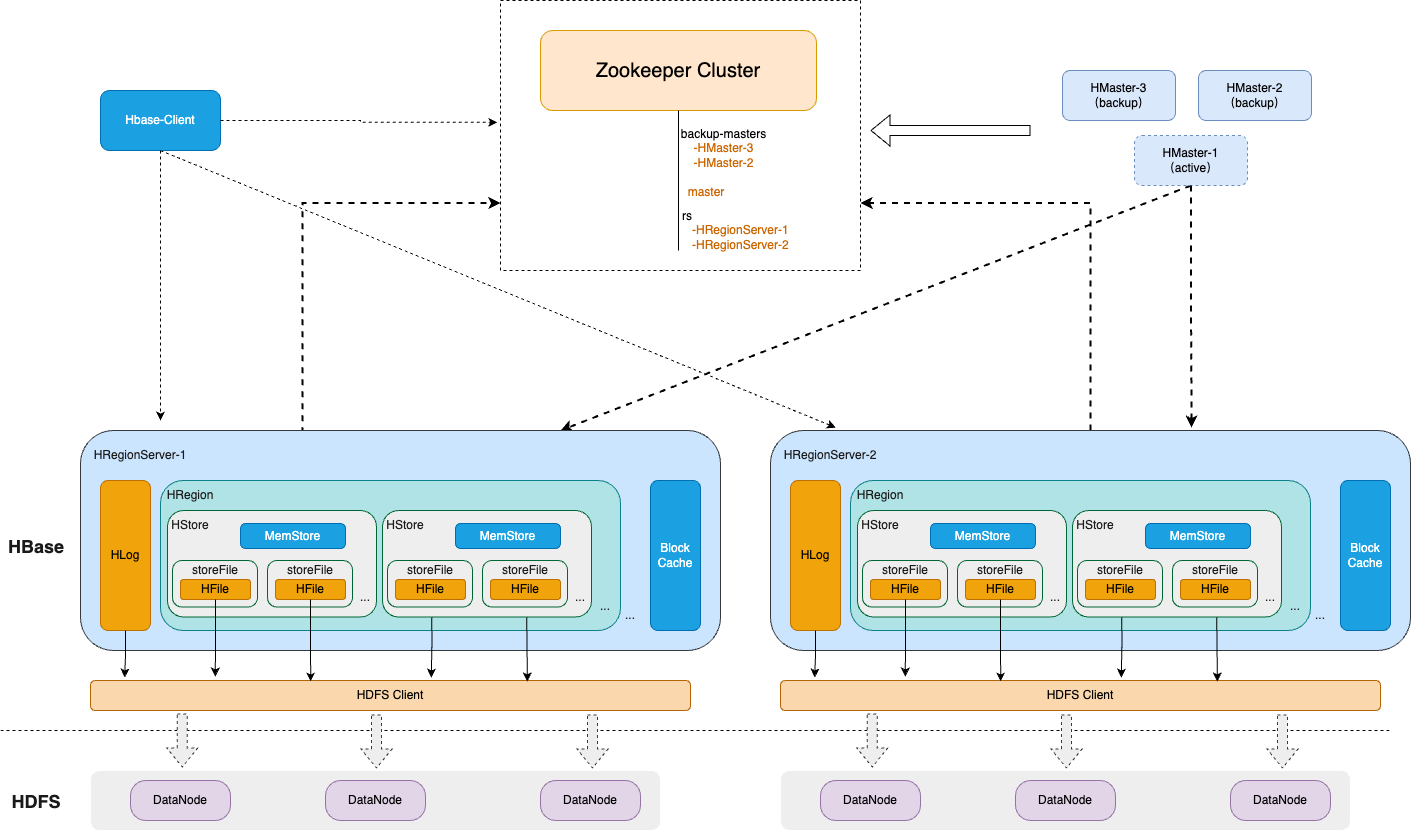
GuanN1ng/diagrams keeps this draw.io diagram as com.guann1n9.diagrams/hbase/hbase_arc.png. Above is the earlier version. Source tidied: cells renumbered, new cells last; positions are measured from the earlier drawing's top-left corner, leaving out a move shared by most shapes.
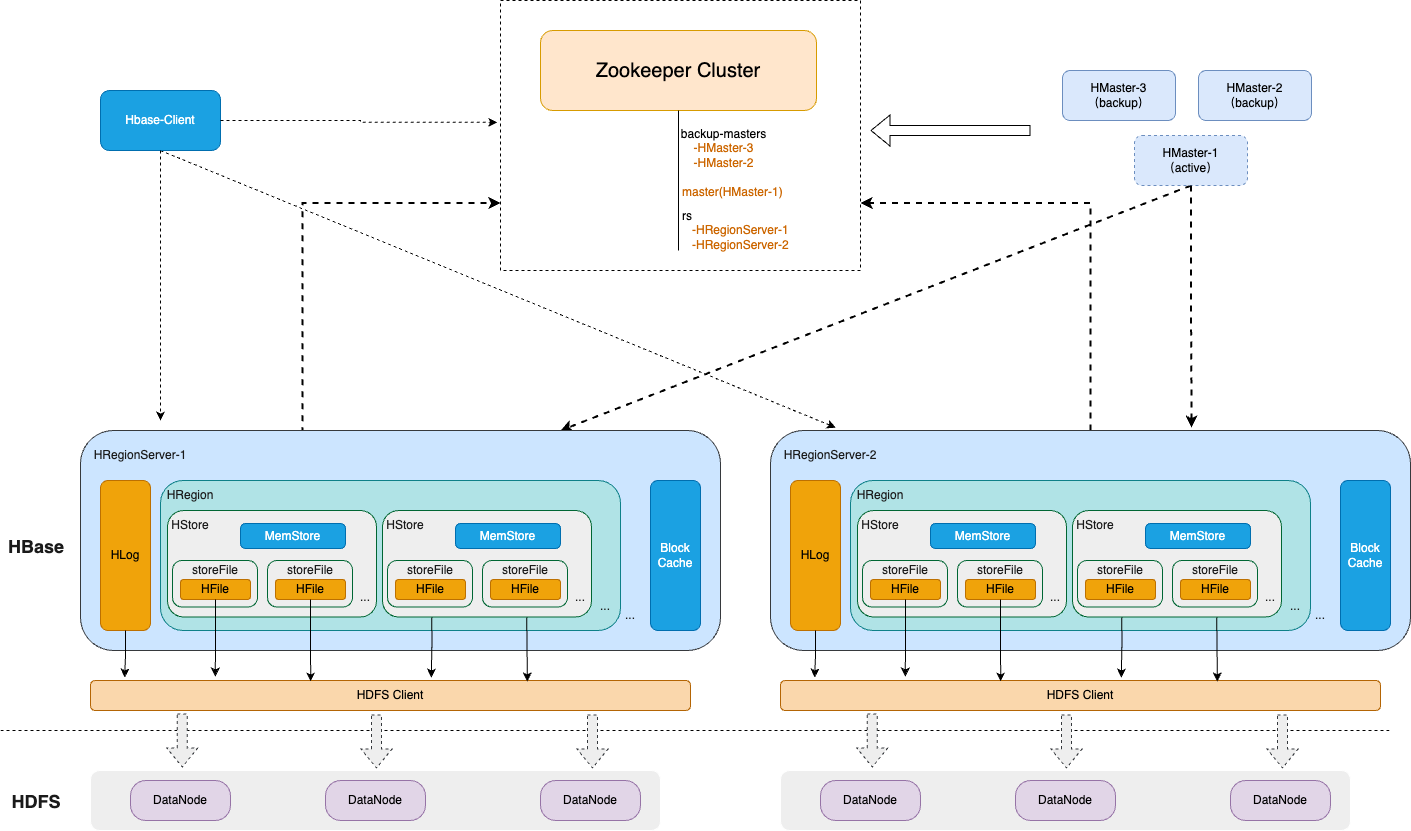
After the commit.

What changed in the source:
```diff
@@ -333,8 +333,8 @@
         <mxPoint x="678" y="250" as="sourcePoint" />
       </mxGeometry>
     </mxCell>
-    <mxCell id="102" value="&lt;font style=&quot;&quot; color=&quot;#cc6600&quot;&gt;master&lt;/font&gt;" style="text;html=1;strokeColor=none;fillColor=none;align=center;verticalAlign=middle;whiteSpace=wrap;rounded=0;" parent="1" vertex="1">
-      <mxGeometry x="680" y="180" width="52" height="24" as="geometry" />
+    <mxCell id="102" value="&lt;font style=&quot;&quot; color=&quot;#cc6600&quot;&gt;master(HMaster-1)&lt;/font&gt;" style="text;html=1;strokeColor=none;fillColor=none;align=left;verticalAlign=middle;whiteSpace=wrap;rounded=0;" parent="1" vertex="1">
+      <mxGeometry x="680" y="180" width="110" height="24" as="geometry" />
     </mxCell>
     <mxCell id="103" style="shape=flexArrow;endArrow=classic;html=1;rounded=0;" parent="1" edge="1">
       <mxGeometry relative="1" as="geometry">
```
